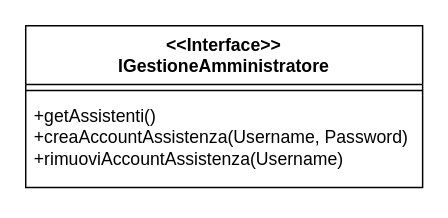
Before: uml/GestioneAmministratore Interface.drawio in Iannicc/Pet-Party, a draw.io diagram. Source tidied: cells renumbered, new cells numbered last; positions are measured from the earlier drawing's top-left corner, leaving out a move shared by most shapes. Both pictures are drawn from the tidied source at 147%, with x=0, y=0 at pixel (25, 25).
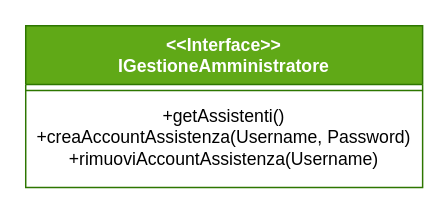
The same diagram, later.

What changed in the source:
```diff
@@
 <mxGraphModel>
   <root>
     <mxCell id="0" />
     <mxCell id="1" parent="0" />
-    <mxCell id="2" value="&lt;div&gt;&amp;lt;&amp;lt;Interface&amp;gt;&amp;gt;&lt;/div&gt;&lt;div&gt;IGestioneAmministratore&lt;/div&gt;" style="swimlane;fontStyle=1;align=center;verticalAlign=top;horizontal=1;startSize=40;whiteSpace=wrap;html=1;" parent="1" vertex="1">
+    <mxCell id="2" value="&lt;div&gt;&amp;lt;&amp;lt;Interface&amp;gt;&amp;gt;&lt;/div&gt;&lt;div&gt;IGestioneAmministratore&lt;/div&gt;" style="swimlane;fontStyle=1;align=center;verticalAlign=top;horizontal=1;startSize=40;whiteSpace=wrap;html=1;fillColor=#60a917;fontColor=#ffffff;strokeColor=#2D7600;" parent="1" vertex="1">
       <mxGeometry width="270" height="110" as="geometry" />
     </mxCell>
     <mxCell id="3" style="line;strokeWidth=1;fillColor=none;align=left;verticalAlign=middle;spacingTop=-1;spacingLeft=3;spacingRight=3;labelPosition=right;strokeColor=inherit;" parent="2" vertex="1">
       <mxGeometry y="40" width="270" height="8" as="geometry" />
     </mxCell>
-    <mxCell id="4" value="&lt;div&gt;+getAssistenti()&lt;/div&gt;&lt;div&gt;+creaAccountAssistenza(Username, Password)&lt;/div&gt;&lt;div&gt;+rimuoviAccountAssistenza(Username)&lt;br&gt;&lt;/div&gt;" style="text;strokeColor=none;fillColor=none;align=left;verticalAlign=top;spacingLeft=4;spacingRight=4;overflow=hidden;whiteSpace=wrap;html=1;" parent="2" vertex="1">
+    <mxCell id="4" value="&lt;div align=&quot;center&quot;&gt;+getAssistenti()&lt;/div&gt;&lt;div align=&quot;center&quot;&gt;+creaAccountAssistenza(Username, Password)&lt;/div&gt;&lt;div align=&quot;center&quot;&gt;+rimuoviAccountAssistenza(Username)&lt;br&gt;&lt;/div&gt;" style="text;strokeColor=none;fillColor=none;align=center;verticalAlign=top;spacingLeft=4;spacingRight=4;overflow=hidden;whiteSpace=wrap;html=1;" parent="2" vertex="1">
       <mxGeometry y="48" width="270" height="62" as="geometry" />
     </mxCell>
   </root>
 </mxGraphModel>
```
